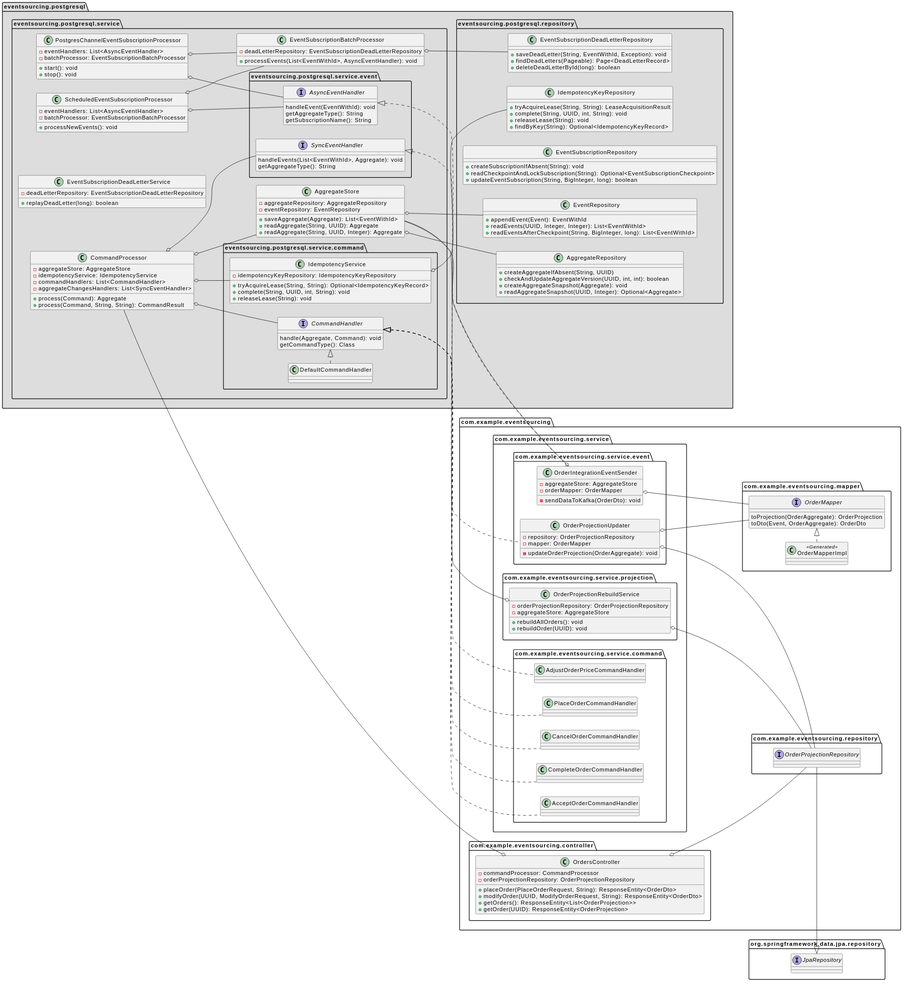
Before: img/class-service.svg, a diagram exported from PlantUML (tonminhce/postgresql-event-sourcing).
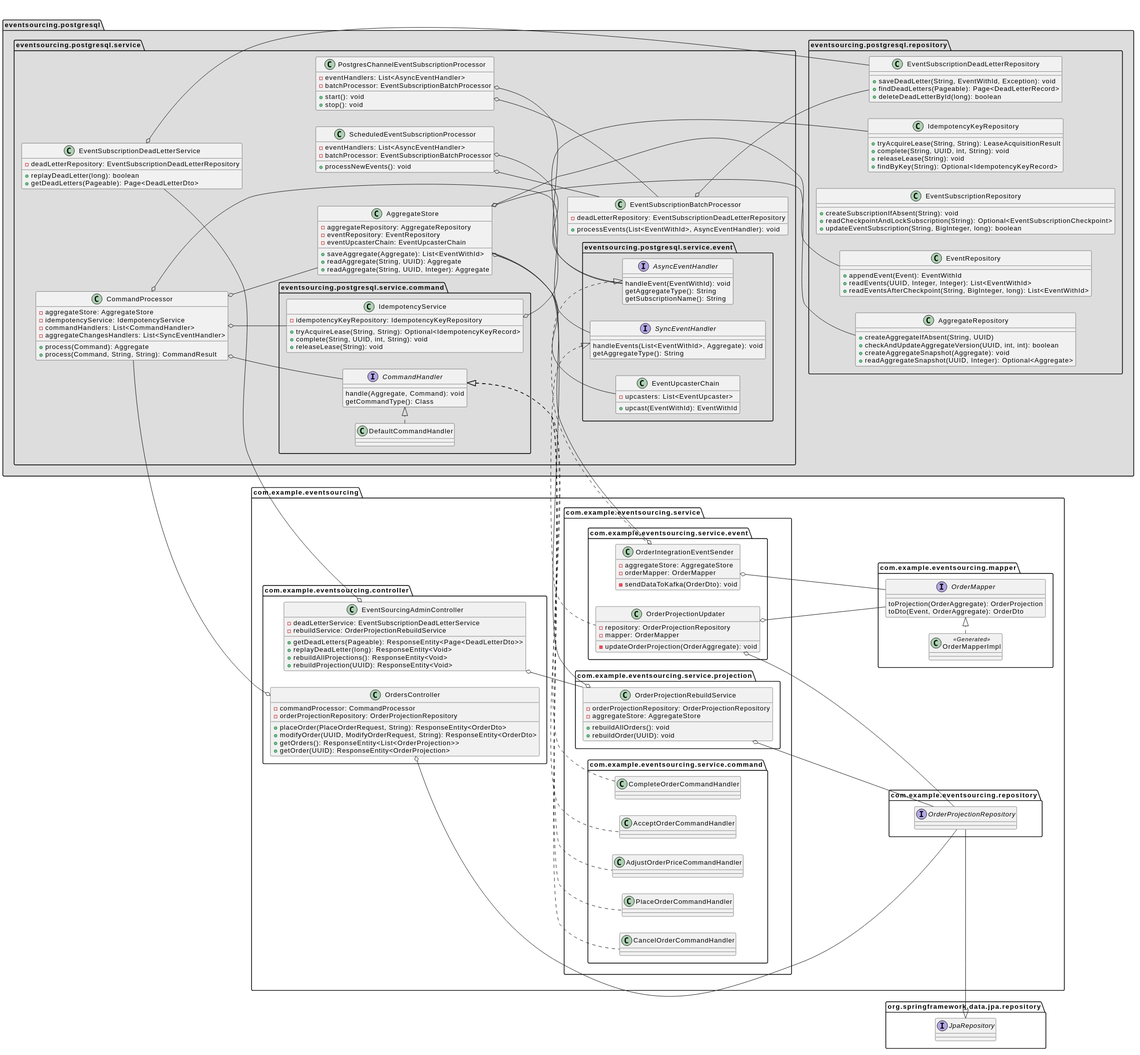
The same diagram one commit later.

Commit message:
docs(diagrams): update all 3 original class diagrams (domain, projection, service) to reflect new architecture

What changed in the source:
```diff
@@ -1,6 +1,6 @@
 @startuml
 scale max 1400 width
-scale max 1400 height
+scale max 1500 height
 
 set separator none
 
@@ -52,6 +52,7 @@
     class AggregateStore {
       -aggregateRepository: AggregateRepository
       -eventRepository: EventRepository
+      -eventUpcasterChain: EventUpcasterChain
       +saveAggregate(Aggregate): List<EventWithId>
       +readAggregate(String, UUID): Aggregate
       +readAggregate(String, UUID, Integer): Aggregate
@@ -74,6 +75,7 @@
     class EventSubscriptionDeadLetterService {
       -deadLetterRepository: EventSubscriptionDeadLetterRepository
       +replayDeadLetter(long): boolean
+      +getDeadLetters(Pageable): Page<DeadLetterDto>
     }
 
     class ScheduledEventSubscriptionProcessor {
@@ -107,6 +109,11 @@
     }
 
     package eventsourcing.postgresql.service.event {
+
+      class EventUpcasterChain {
+        -upcasters: List<EventUpcaster>
+        +upcast(EventWithId): EventWithId
+      }
 
       interface SyncEventHandler {
         handleEvents(List<EventWithId>, Aggregate): void
@@ -186,6 +193,15 @@
       +getOrders(): ResponseEntity<List<OrderProjection>>
       +getOrder(UUID): ResponseEntity<OrderProjection>
     }
+
+    class EventSourcingAdminController {
+      -deadLetterService: EventSubscriptionDeadLetterService
+      -rebuildService: OrderProjectionRebuildService
+      +getDeadLetters(Pageable): ResponseEntity<Page<DeadLetterDto>>
+      +replayDeadLetter(long): ResponseEntity<Void>
+      +rebuildAllProjections(): ResponseEntity<Void>
+      +rebuildProjection(UUID): ResponseEntity<Void>
+    }
   }
 }
 
@@ -207,8 +223,12 @@
 OrdersController o-- CommandProcessor
 OrdersController o-- OrderProjectionRepository
 
+EventSourcingAdminController o-- EventSubscriptionDeadLetterService
+EventSourcingAdminController o-- OrderProjectionRebuildService
+
 AggregateStore o-- AggregateRepository
 AggregateStore o-- EventRepository
+AggregateStore o-- EventUpcasterChain
 
 IdempotencyService o-- IdempotencyKeyRepository
 
@@ -218,6 +238,7 @@
 CommandProcessor o-- SyncEventHandler
 
 EventSubscriptionBatchProcessor o-- EventSubscriptionDeadLetterRepository
+EventSubscriptionDeadLetterService o-- EventSubscriptionDeadLetterRepository
 
 ScheduledEventSubscriptionProcessor o-- EventSubscriptionBatchProcessor
 ScheduledEventSubscriptionProcessor o-- AsyncEventHandler
```
